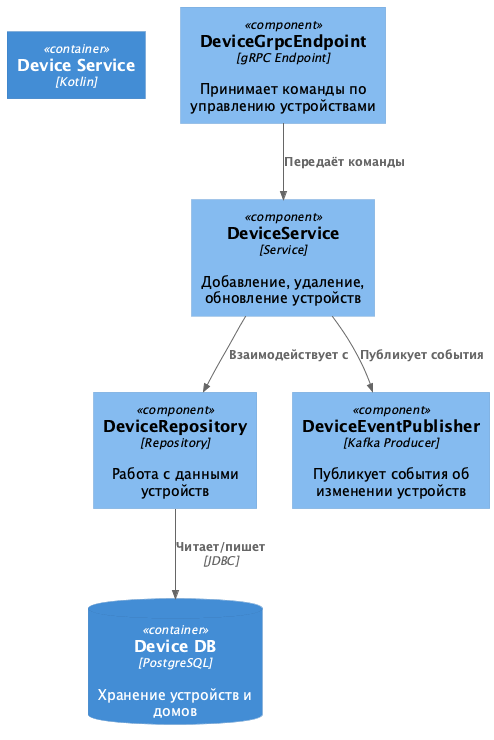
This is docs/diagrams/component/DeviceService_Component.png from vladislavego/architecture-warmhouse, a PlantUML export, as it was before one commit.
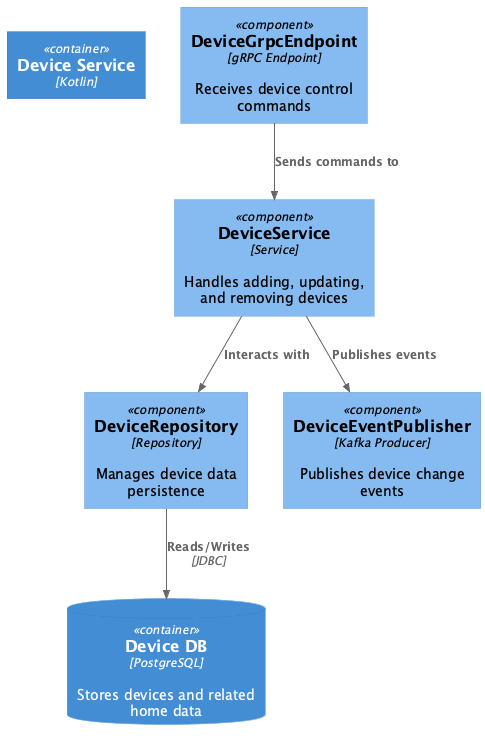
After the change.

What changed in the source:
```diff
@@ -3,15 +3,15 @@
 
 Container(deviceService, "Device Service", "Kotlin")
 
-Component(api, "DeviceGrpcEndpoint", "gRPC Endpoint", "Принимает команды по управлению устройствами")
-Component(service, "DeviceService", "Service", "Добавление, удаление, обновление устройств")
-Component(repo, "DeviceRepository", "Repository", "Работа с данными устройств")
-Component(eventProducer, "DeviceEventPublisher", "Kafka Producer", "Публикует события об изменении устройств")
-ContainerDb(deviceDb, "Device DB", "PostgreSQL", "Хранение устройств и домов")
+Component(api, "DeviceGrpcEndpoint", "gRPC Endpoint", "Receives device control commands")
+Component(service, "DeviceService", "Service", "Handles adding, updating, and removing devices")
+Component(repo, "DeviceRepository", "Repository", "Manages device data persistence")
+Component(eventProducer, "DeviceEventPublisher", "Kafka Producer", "Publishes device change events")
+ContainerDb(deviceDb, "Device DB", "PostgreSQL", "Stores devices and related home data")
 
-Rel(api, service, "Передаёт команды")
-Rel(service, repo, "Взаимодействует с")
-Rel(service, eventProducer, "Публикует события")
-Rel(repo, deviceDb, "Читает/пишет", "JDBC")
+Rel(api, service, "Sends commands to")
+Rel(service, repo, "Interacts with")
+Rel(service, eventProducer, "Publishes events")
+Rel(repo, deviceDb, "Reads/Writes", "JDBC")
 
 @enduml
```
